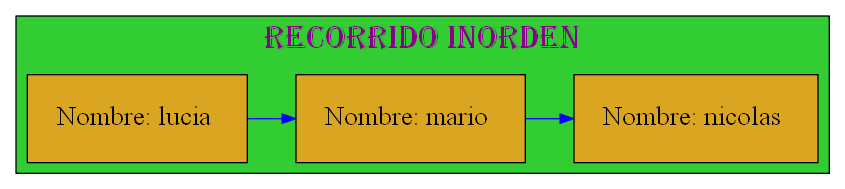
Earlier version of the Graphviz export Graficas/Recorrido_Inorden.dot.png (mariotun/EDD_1S2020_PY1_201602942). Its source is kept beside it as Graficas/Recorrido_Inorden.dot.
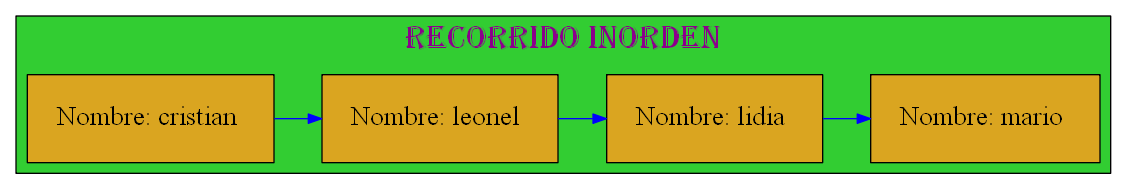
After the commit.

What changed in the source:
```diff
@@ -13,11 +13,12 @@
 node[margin=0.3 shape=box style=filled fontcolor=black fillcolor=goldenrod fontsize=20];
 {rank=same;
 
-25770489296[label="Nombre: lucia " ];
-25770476720[label="Nombre: mario " ];
-25770490768[label="Nombre: nicolas " ];
+25770484544[label="Nombre: cristian " ];
+25770489424[label="Nombre: leonel " ];
+25770483200[label="Nombre: lidia " ];
+25770483984[label="Nombre: mario " ];
 };
-25770489296 -> 25770476720 -> 25770490768
+25770484544 -> 25770489424 -> 25770483200 -> 25770483984
 
 [color=blue ];
 }
```
